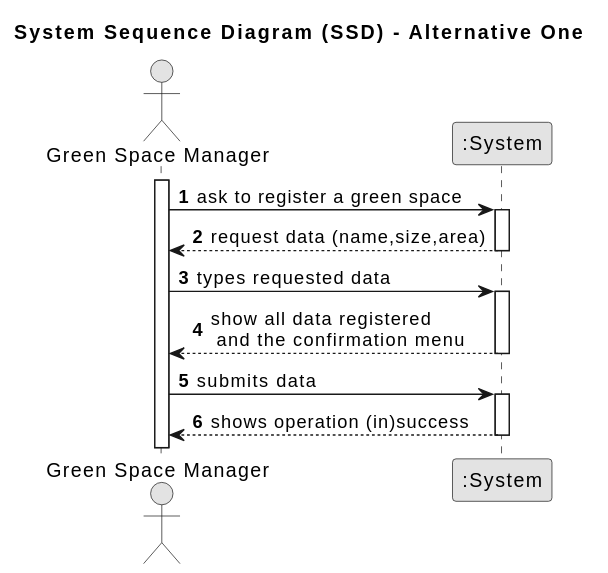
Before: docs/sprintC/us020/01.requirements-engineering/svg/us020-system-sequence-diagram-alternative-one-System_Sequence_Diagram__SSD____Alternative_One.svg, a diagram exported from PlantUML (SAEmanuel/Green_Spaces_Management_ISEP).
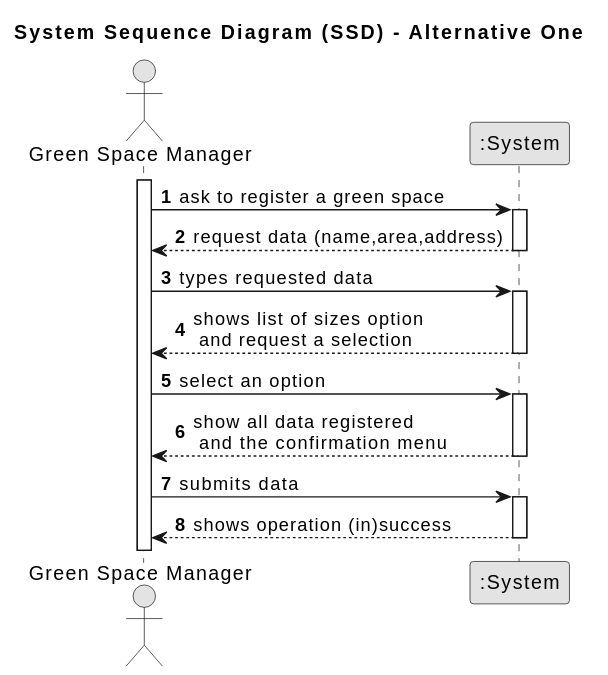
The same diagram one commit later.

Change to the diagram source:
```diff
@@ -16,10 +16,20 @@
     Employee -> System : ask to register a green space
     activate System
 
-        System --> Employee : request data (name,size,area)
+        System --> Employee : request data (name,area,address)
     deactivate System
 
     Employee -> System : types requested data
+
+
+    activate System
+
+            System --> Employee : shows list of sizes option\n and request a selection
+        deactivate System
+
+        Employee -> System : select an option
+
+
 
     activate System
 
```
